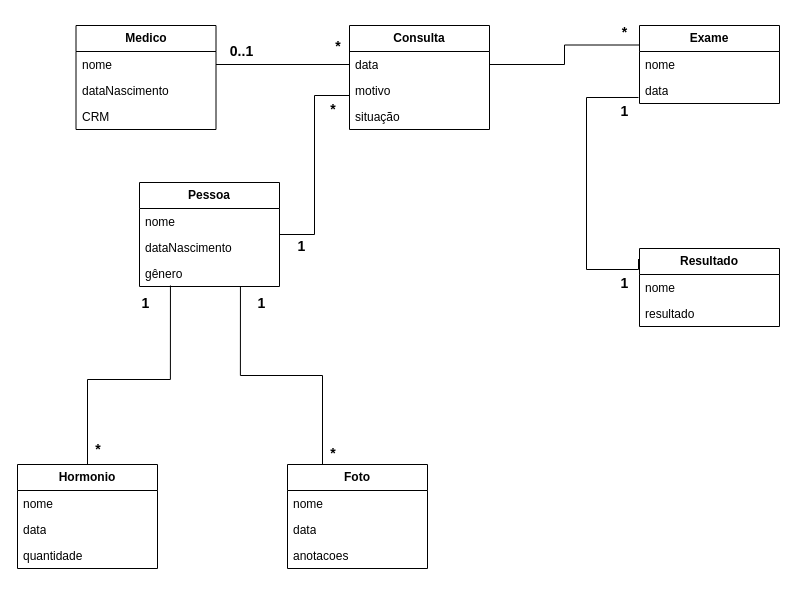
This is classe-dominio.drawio from brenojsilva/diagramas-es-1, a draw.io file, before an edit. Source tidied: cells renumbered, new cells numbered last; positions are measured from the earlier drawing's top-left corner, leaving out a move shared by most shapes. Both pictures are drawn from the tidied source at 100%, with x=0, y=0 at pixel (17, 17).
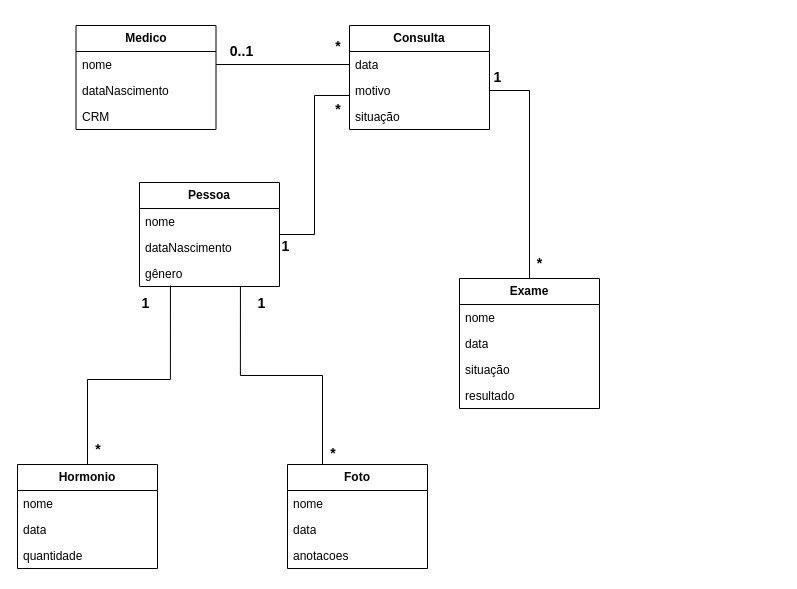
The same page after the edit.

The change refers to these unchanged cells:
```xml
<mxCell id="16" value="data" style="text;strokeColor=none;fillColor=none;align=left;verticalAlign=top;spacingLeft=4;spacingRight=4;overflow=hidden;points=[[0,0.5],[1,0.5]];portConstraint=eastwest;whiteSpace=wrap;html=1;" parent="15" vertex="1">
  <mxGeometry y="26" width="140" height="26" as="geometry" />
</mxCell>
<mxCell id="17" value="motivo" style="text;strokeColor=none;fillColor=none;align=left;verticalAlign=top;spacingLeft=4;spacingRight=4;overflow=hidden;points=[[0,0.5],[1,0.5]];portConstraint=eastwest;whiteSpace=wrap;html=1;" parent="15" vertex="1">
  <mxGeometry y="52" width="140" height="26" as="geometry" />
</mxCell>
<mxCell id="21" value="data" style="text;strokeColor=none;fillColor=none;align=left;verticalAlign=top;spacingLeft=4;spacingRight=4;overflow=hidden;points=[[0,0.5],[1,0.5]];portConstraint=eastwest;whiteSpace=wrap;html=1;" parent="19" vertex="1">
  <mxGeometry y="52" width="140" height="26" as="geometry" />
</mxCell>
```

The edit, as a diff of the source:
```diff
@@
     <mxCell id="19" value="&lt;b&gt;Exame&lt;/b&gt;" style="swimlane;fontStyle=0;horizontal=1;startSize=26;fillColor=none;whiteSpace=wrap;html=1;" parent="1" vertex="1">
-      <mxGeometry x="622" y="8" width="140" height="78" as="geometry" />
+      <mxGeometry x="442" y="261" width="140" height="130" as="geometry" />
     </mxCell>
@@
-    <mxCell id="22" value="&lt;b&gt;Resultado&lt;/b&gt;" style="swimlane;fontStyle=0;horizontal=1;startSize=26;fillColor=none;whiteSpace=wrap;html=1;" parent="1" vertex="1">
-      <mxGeometry x="622" y="231" width="140" height="78" as="geometry" />
-    </mxCell>
-    <mxCell id="23" value="nome" style="text;strokeColor=none;fillColor=none;align=left;verticalAlign=top;spacingLeft=4;spacingRight=4;overflow=hidden;whiteSpace=wrap;html=1;" parent="22" vertex="1">
-      <mxGeometry y="26" width="140" height="26" as="geometry" />
-    </mxCell>
+    <mxCell id="45" value="situação" style="text;strokeColor=none;fillColor=none;align=left;verticalAlign=top;spacingLeft=4;spacingRight=4;overflow=hidden;whiteSpace=wrap;html=1;" parent="19" vertex="1">
+      <mxGeometry y="78" width="140" height="26" as="geometry" />
+    </mxCell>
-    <mxCell id="24" value="resultado" style="text;strokeColor=none;fillColor=none;align=left;verticalAlign=top;spacingLeft=4;spacingRight=4;overflow=hidden;whiteSpace=wrap;html=1;" parent="22" vertex="1">
-      <mxGeometry y="52" width="140" height="26" as="geometry" />
+    <mxCell id="24" value="resultado" style="text;strokeColor=none;fillColor=none;align=left;verticalAlign=top;spacingLeft=4;spacingRight=4;overflow=hidden;whiteSpace=wrap;html=1;" parent="19" vertex="1">
+      <mxGeometry y="104" width="140" height="26" as="geometry" />
     </mxCell>
@@
-    <mxCell id="27" style="edgeStyle=orthogonalEdgeStyle;rounded=0;jettySize=auto;html=1;entryX=-0.007;entryY=0.135;entryDx=0;entryDy=0;entryPerimeter=0;endArrow=none;endFill=0;exitX=-0.007;exitY=0.769;exitDx=0;exitDy=0;exitPerimeter=0;" parent="1" edge="1" source="21" target="22">
-      <mxGeometry relative="1" as="geometry">
-        <Array as="points">
-          <mxPoint x="569" y="80" />
-          <mxPoint x="569" y="252" />
-        </Array>
-      </mxGeometry>
-    </mxCell>
@@
     <mxCell id="32" value="&lt;b style=&quot;border-color: var(--border-color);&quot;&gt;&lt;font style=&quot;border-color: var(--border-color); font-size: 14px;&quot;&gt;*&lt;/font&gt;&lt;/b&gt;" style="text;html=1;strokeColor=none;fillColor=none;align=center;verticalAlign=middle;whiteSpace=wrap;rounded=0;" parent="1" vertex="1">
-      <mxGeometry x="305" y="77" width="22" height="30" as="geometry" />
+      <mxGeometry x="310" y="77" width="22" height="30" as="geometry" />
     </mxCell>
     <mxCell id="33" value="&lt;b style=&quot;border-color: var(--border-color);&quot;&gt;&lt;font style=&quot;border-color: var(--border-color); font-size: 14px;&quot;&gt;1&lt;/font&gt;&lt;/b&gt;" style="text;html=1;strokeColor=none;fillColor=none;align=center;verticalAlign=middle;whiteSpace=wrap;rounded=0;" parent="1" vertex="1">
-      <mxGeometry x="259" y="214" width="51" height="30" as="geometry" />
+      <mxGeometry x="259" y="214" width="19" height="30" as="geometry" />
     </mxCell>
@@
-    <mxCell id="41" value="&lt;b style=&quot;border-color: var(--border-color);&quot;&gt;&lt;font style=&quot;border-color: var(--border-color); font-size: 14px;&quot;&gt;*&lt;/font&gt;&lt;/b&gt;" style="text;html=1;strokeColor=none;fillColor=none;align=center;verticalAlign=middle;whiteSpace=wrap;rounded=0;" parent="1" vertex="1">
-      <mxGeometry x="582" width="51" height="30" as="geometry" />
-    </mxCell>
+    <mxCell id="43" value="&lt;span style=&quot;font-size: 14px;&quot;&gt;&lt;b&gt;*&lt;/b&gt;&lt;/span&gt;" style="text;html=1;strokeColor=none;fillColor=none;align=center;verticalAlign=middle;whiteSpace=wrap;rounded=0;" parent="1" vertex="1">
+      <mxGeometry x="512" y="231" width="21" height="30" as="geometry" />
+    </mxCell>
     <mxCell id="42" value="&lt;b style=&quot;border-color: var(--border-color);&quot;&gt;&lt;font style=&quot;border-color: var(--border-color); font-size: 14px;&quot;&gt;1&lt;/font&gt;&lt;/b&gt;" style="text;html=1;strokeColor=none;fillColor=none;align=center;verticalAlign=middle;whiteSpace=wrap;rounded=0;" parent="1" vertex="1">
-      <mxGeometry x="582" y="251" width="51" height="30" as="geometry" />
+      <mxGeometry x="472" y="45" width="17" height="30" as="geometry" />
     </mxCell>
-    <mxCell id="43" value="&lt;b style=&quot;border-color: var(--border-color);&quot;&gt;&lt;font style=&quot;border-color: var(--border-color); font-size: 14px;&quot;&gt;1&lt;/font&gt;&lt;/b&gt;" style="text;html=1;strokeColor=none;fillColor=none;align=center;verticalAlign=middle;whiteSpace=wrap;rounded=0;" parent="1" vertex="1">
-      <mxGeometry x="582" y="79" width="51" height="30" as="geometry" />
-    </mxCell>
-    <mxCell id="44" style="edgeStyle=orthogonalEdgeStyle;rounded=0;jettySize=auto;html=1;entryX=0;entryY=0.25;entryDx=0;entryDy=0;endArrow=none;endFill=0;" parent="1" edge="1" source="16" target="19">
-      <mxGeometry relative="1" as="geometry" />
-    </mxCell>
+    <mxCell id="46" style="edgeStyle=orthogonalEdgeStyle;rounded=0;jettySize=auto;html=1;entryX=0.5;entryY=0;entryDx=0;entryDy=0;endArrow=none;endFill=0;" parent="1" edge="1" source="17" target="19">
+      <mxGeometry relative="1" as="geometry" />
+    </mxCell>
```
